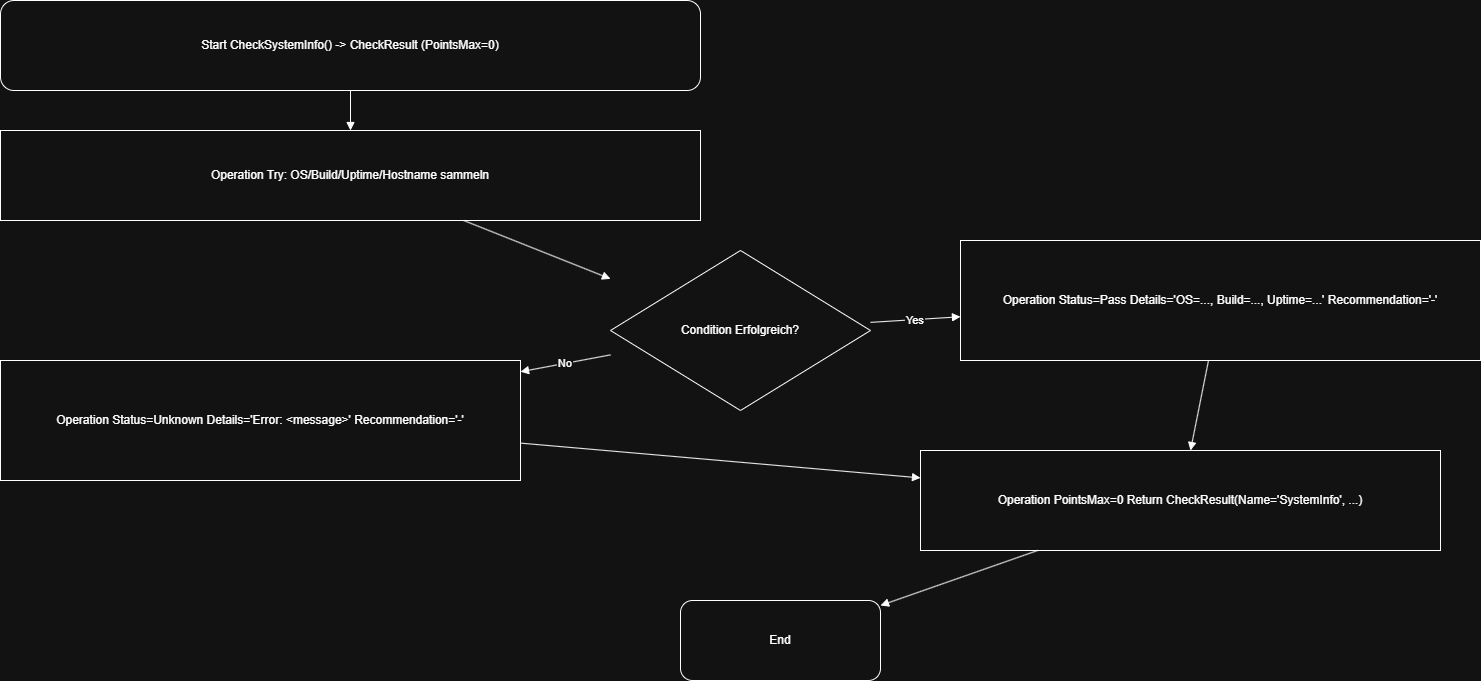
ZensykU2/ProjektM431_M122 keeps this draw.io diagram as docs/flowchart/WinSecureCheck_FUNCTIONS-CheckSystemInfo().drawio.png. Above is the earlier version. Source tidied: cells renumbered, new cells last; positions are measured from the earlier drawing's top-left corner, leaving out a move shared by most shapes.
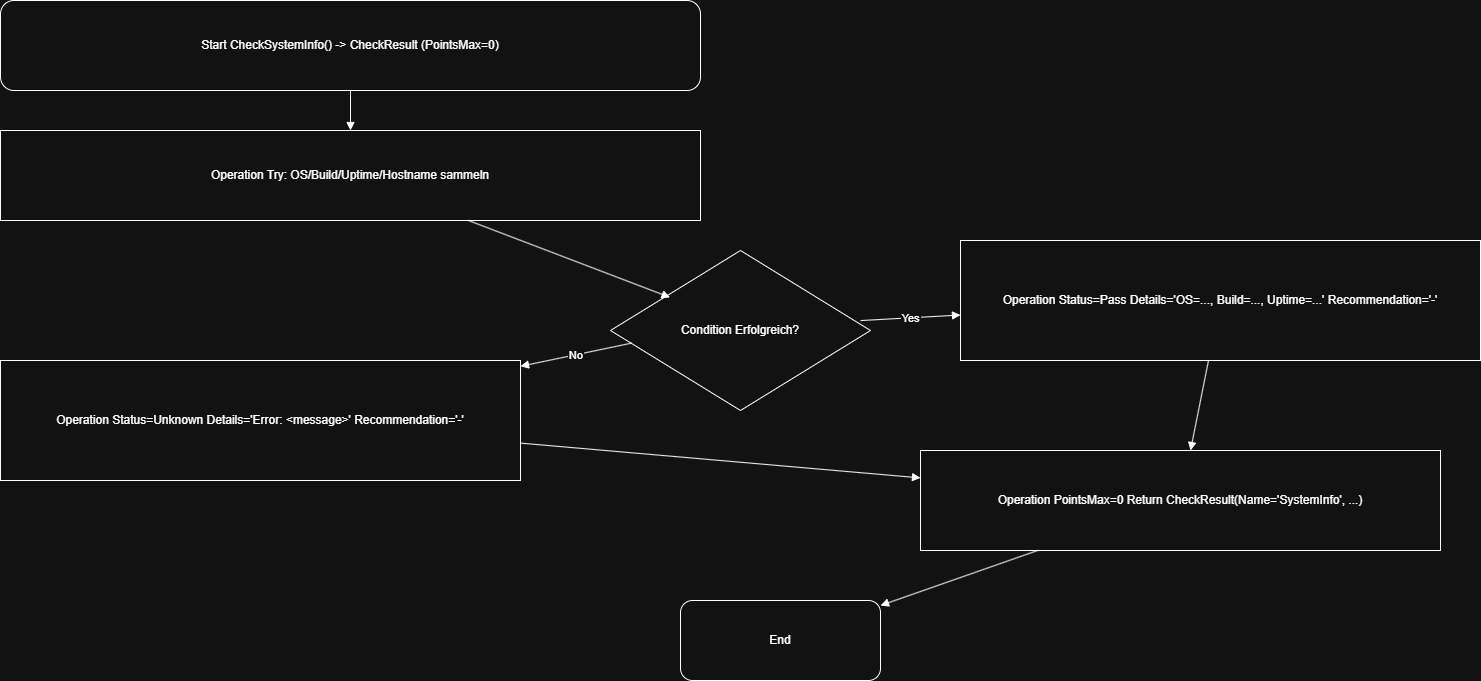
The same file after the commit.

Diff of the diagram source:
```diff
@@ -26,13 +26,13 @@
     <mxCell id="9" style="endArrow=block;html=0;rounded=0;" parent="1" edge="1" source="2" target="3">
       <mxGeometry relative="1" as="geometry" />
     </mxCell>
-    <mxCell id="10" style="endArrow=block;html=0;rounded=0;" parent="1" edge="1" source="3" target="4">
+    <mxCell id="10" style="endArrow=block;html=0;rounded=0;entryX=0.229;entryY=0.293;entryDx=0;entryDy=0;entryPerimeter=0;" parent="1" edge="1" source="3" target="4">
       <mxGeometry relative="1" as="geometry" />
     </mxCell>
-    <mxCell id="11" value="Yes" style="endArrow=block;html=0;rounded=0;" parent="1" edge="1" source="4" target="5">
+    <mxCell id="11" value="Yes" style="endArrow=block;html=0;rounded=0;exitX=0.962;exitY=0.438;exitDx=0;exitDy=0;exitPerimeter=0;" parent="1" edge="1" source="4" target="5">
       <mxGeometry relative="1" as="geometry" />
     </mxCell>
-    <mxCell id="12" value="No" style="endArrow=block;html=0;rounded=0;" parent="1" edge="1" source="4" target="6">
+    <mxCell id="12" value="No" style="endArrow=block;html=0;rounded=0;exitX=0.081;exitY=0.579;exitDx=0;exitDy=0;exitPerimeter=0;" parent="1" edge="1" source="4" target="6">
       <mxGeometry relative="1" as="geometry" />
     </mxCell>
     <mxCell id="13" style="endArrow=block;html=0;rounded=0;" parent="1" edge="1" source="5" target="7">
```
